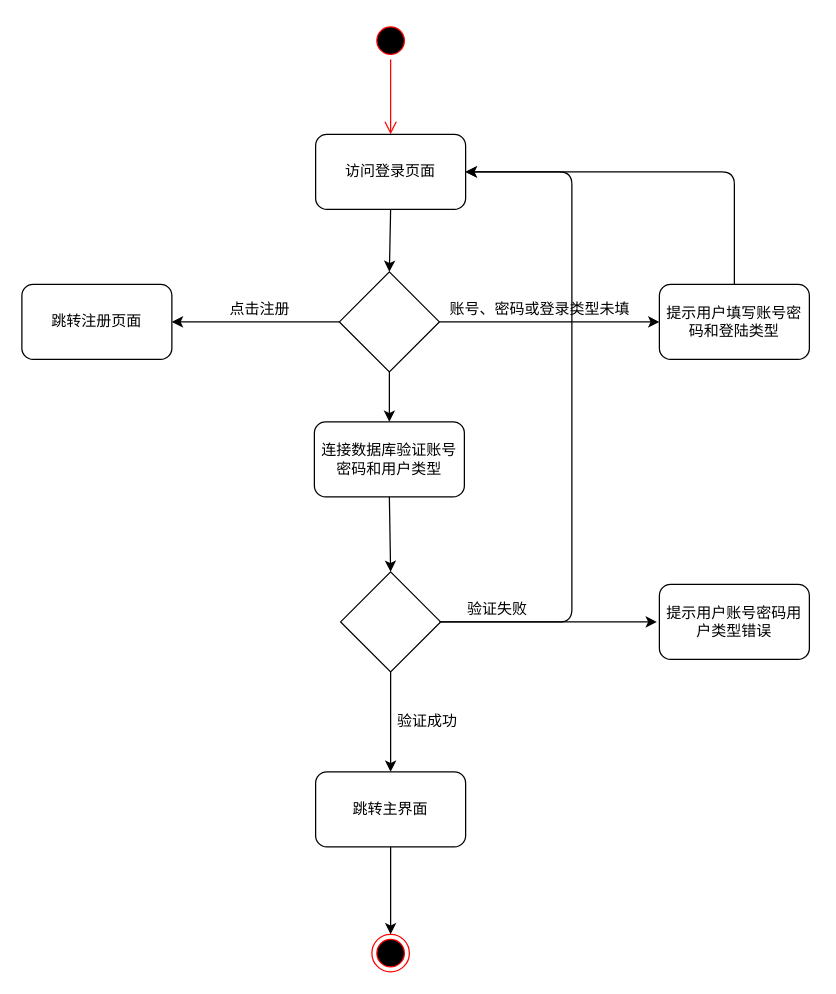
Earlier version of the draw.io diagram 未命名绘图.drawio (FoxJokerEila/test). Source tidied: cells renumbered, new cells numbered last; positions are measured from the earlier drawing's top-left corner, leaving out a move shared by most shapes. Both pictures are drawn from the tidied source at 125%, with x=0, y=0 at pixel (21, 21).
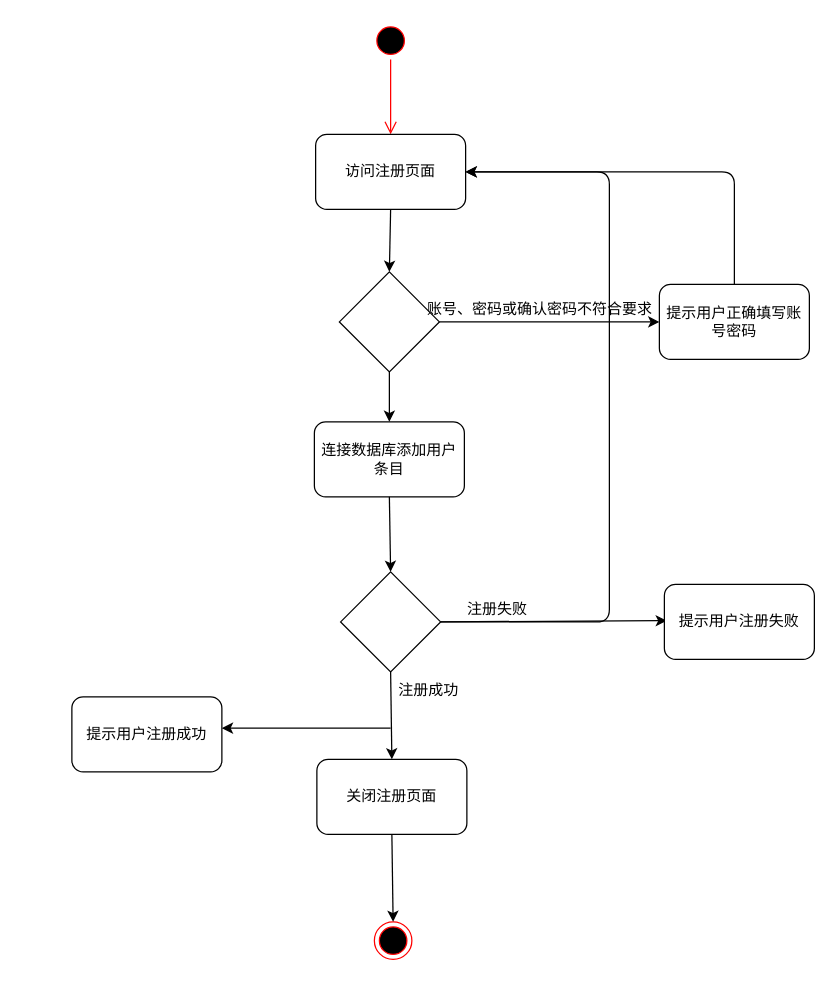
After the change.

Commit message (it also covers changes not shown here):
更新未命名绘图.drawio

Diff of the diagram source:
```diff
@@
-    <mxCell id="4" value="访问登录页面" style="rounded=1;whiteSpace=wrap;html=1;" parent="1" vertex="1">
+    <mxCell id="4" value="访问注册页面" style="rounded=1;whiteSpace=wrap;html=1;" parent="1" vertex="1">
       <mxGeometry x="235" y="90" width="120" height="60" as="geometry" />
     </mxCell>
@@
-    <mxCell id="8" value="账号、密码或登录类型未填" style="text;html=1;align=center;verticalAlign=middle;strokeColor=none;" parent="1" vertex="1">
-      <mxGeometry x="334" y="220" width="160" height="20" as="geometry" />
+    <mxCell id="8" value="账号、密码或确认密码不符合要求" style="text;html=1;align=center;verticalAlign=middle;strokeColor=none;" parent="1" vertex="1">
+      <mxGeometry x="314" y="220" width="200" height="20" as="geometry" />
     </mxCell>
-    <mxCell id="9" value="提示用户填写账号密码和登陆类型" style="rounded=1;whiteSpace=wrap;html=1;" parent="1" vertex="1">
+    <mxCell id="9" value="提示用户正确填写账号密码" style="rounded=1;whiteSpace=wrap;html=1;" parent="1" vertex="1">
       <mxGeometry x="510" y="210" width="120" height="60" as="geometry" />
     </mxCell>
@@
-    <mxCell id="11" style="endArrow=classic;html=1;" parent="1" edge="1">
-      <mxGeometry relative="1" as="geometry">
-        <mxPoint x="254" y="240" as="sourcePoint" />
-        <mxPoint x="120" y="240" as="targetPoint" />
-      </mxGeometry>
-    </mxCell>
-    <mxCell id="12" value="点击注册" style="text;html=1;align=center;verticalAlign=middle;strokeColor=none;" parent="1" vertex="1">
-      <mxGeometry x="160" y="220" width="60" height="20" as="geometry" />
-    </mxCell>
-    <mxCell id="13" value="跳转注册页面" style="rounded=1;whiteSpace=wrap;html=1;" parent="1" vertex="1">
-      <mxGeometry y="210" width="120" height="60" as="geometry" />
-    </mxCell>
@@
-    <mxCell id="15" value="连接数据库验证账号密码和用户类型" style="rounded=1;whiteSpace=wrap;html=1;" parent="1" vertex="1">
+    <mxCell id="15" value="连接数据库添加用户条目" style="rounded=1;whiteSpace=wrap;html=1;" parent="1" vertex="1">
       <mxGeometry x="234" y="320" width="120" height="60" as="geometry" />
     </mxCell>
-    <mxCell id="16" style="rhombus;whiteSpace=wrap;html=1;" parent="1" vertex="1">
-      <mxGeometry x="255" y="440" width="80" height="80" as="geometry" />
-    </mxCell>
-    <mxCell id="17" style="endArrow=classic;html=1;exitX=0.5;exitY=1;exitDx=0;exitDy=0;entryX=0.5;entryY=0;entryDx=0;entryDy=0;" parent="1" edge="1" source="15" target="16">
-      <mxGeometry relative="1" as="geometry" />
+    <mxCell id="17" style="endArrow=classic;html=1;exitX=0.5;exitY=1;exitDx=0;exitDy=0;entryX=0.5;entryY=0;entryDx=0;entryDy=0;" parent="1" edge="1" source="15">
+      <mxGeometry relative="1" as="geometry">
+        <mxPoint x="295" y="440" as="targetPoint" />
+      </mxGeometry>
     </mxCell>
-    <mxCell id="18" style="endArrow=classic;html=1;entryX=1;entryY=0.5;entryDx=0;entryDy=0;" parent="1" edge="1" target="4">
-      <mxGeometry relative="1" as="geometry">
-        <mxPoint x="334" y="480" as="sourcePoint" />
-        <Array as="points">
-          <mxPoint x="440" y="480" />
-          <mxPoint x="440" y="120" />
-        </Array>
-      </mxGeometry>
-    </mxCell>
-    <mxCell id="19" value="验证失败" style="text;html=1;align=center;verticalAlign=middle;strokeColor=none;" parent="1" vertex="1">
-      <mxGeometry x="350" y="460" width="60" height="20" as="geometry" />
-    </mxCell>
-    <mxCell id="20" style="endArrow=classic;html=1;" parent="1" edge="1">
-      <mxGeometry relative="1" as="geometry">
-        <mxPoint x="335" y="480" as="sourcePoint" />
-        <mxPoint x="508" y="480" as="targetPoint" />
-      </mxGeometry>
-    </mxCell>
-    <mxCell id="21" value="提示用户账号密码用户类型错误" style="rounded=1;whiteSpace=wrap;html=1;" parent="1" vertex="1">
-      <mxGeometry x="510" y="450" width="120" height="60" as="geometry" />
-    </mxCell>
-    <mxCell id="22" style="endArrow=classic;html=1;exitX=0.5;exitY=1;exitDx=0;exitDy=0;" parent="1" edge="1" source="16">
-      <mxGeometry relative="1" as="geometry">
-        <mxPoint x="295" y="600" as="targetPoint" />
-      </mxGeometry>
-    </mxCell>
-    <mxCell id="23" value="验证成功" style="text;html=1;align=center;verticalAlign=middle;strokeColor=none;" parent="1" vertex="1">
-      <mxGeometry x="294" y="550" width="60" height="20" as="geometry" />
-    </mxCell>
-    <mxCell id="24" value="跳转主界面" style="rounded=1;whiteSpace=wrap;html=1;" parent="1" vertex="1">
-      <mxGeometry x="235" y="600" width="120" height="60" as="geometry" />
+    <mxCell id="24" value="关闭注册页面" style="rounded=1;whiteSpace=wrap;html=1;" parent="1" vertex="1">
+      <mxGeometry x="236" y="590" width="120" height="60" as="geometry" />
     </mxCell>
     <mxCell id="25" style="ellipse;html=1;shape=endState;fillColor=#000000;strokeColor=#ff0000;" parent="1" vertex="1">
-      <mxGeometry x="280" y="730" width="30" height="30" as="geometry" />
+      <mxGeometry x="282" y="720" width="30" height="30" as="geometry" />
     </mxCell>
     <mxCell id="26" style="endArrow=classic;html=1;exitX=0.5;exitY=1;exitDx=0;exitDy=0;" parent="1" edge="1" source="24">
       <mxGeometry relative="1" as="geometry">
-        <mxPoint x="295" y="730" as="targetPoint" />
+        <mxPoint x="297" y="720" as="targetPoint" />
       </mxGeometry>
     </mxCell>
+    <mxCell id="16" style="rhombus;whiteSpace=wrap;html=1;" parent="1" vertex="1">
+      <mxGeometry x="255" y="440" width="80" height="80" as="geometry" />
+    </mxCell>
+    <mxCell id="27" style="endArrow=classic;html=1;exitX=0.5;exitY=1;exitDx=0;exitDy=0;entryX=0.5;entryY=0;entryDx=0;entryDy=0;" parent="1" edge="1" source="16" target="24">
+      <mxGeometry relative="1" as="geometry" />
+    </mxCell>
+    <mxCell id="28" value="注册成功" style="text;html=1;align=center;verticalAlign=middle;strokeColor=none;" parent="1" vertex="1">
+      <mxGeometry x="295" y="525" width="60" height="20" as="geometry" />
+    </mxCell>
+    <mxCell id="29" style="endArrow=classic;html=1;" parent="1" edge="1">
+      <mxGeometry relative="1" as="geometry">
+        <mxPoint x="295" y="565" as="sourcePoint" />
+        <mxPoint x="160" y="565" as="targetPoint" />
+      </mxGeometry>
+    </mxCell>
+    <mxCell id="30" value="提示用户注册成功" style="rounded=1;whiteSpace=wrap;html=1;" parent="1" vertex="1">
+      <mxGeometry x="40" y="540" width="120" height="60" as="geometry" />
+    </mxCell>
+    <mxCell id="31" style="endArrow=classic;html=1;entryX=1;entryY=0.5;entryDx=0;entryDy=0;" parent="1" edge="1" target="4">
+      <mxGeometry relative="1" as="geometry">
+        <mxPoint x="335" y="480" as="sourcePoint" />
+        <Array as="points">
+          <mxPoint x="470" y="480" />
+          <mxPoint x="470" y="120" />
+        </Array>
+      </mxGeometry>
+    </mxCell>
+    <mxCell id="32" value="注册失败" style="text;html=1;align=center;verticalAlign=middle;strokeColor=none;" parent="1" vertex="1">
+      <mxGeometry x="350" y="460" width="60" height="20" as="geometry" />
+    </mxCell>
+    <mxCell id="33" style="endArrow=classic;html=1;exitX=1;exitY=0.5;exitDx=0;exitDy=0;" parent="1" edge="1" source="16">
+      <mxGeometry relative="1" as="geometry">
+        <mxPoint x="516" y="479" as="targetPoint" />
+      </mxGeometry>
+    </mxCell>
+    <mxCell id="34" value="提示用户注册失败" style="rounded=1;whiteSpace=wrap;html=1;" parent="1" vertex="1">
+      <mxGeometry x="514" y="450" width="120" height="60" as="geometry" />
+    </mxCell>
```
